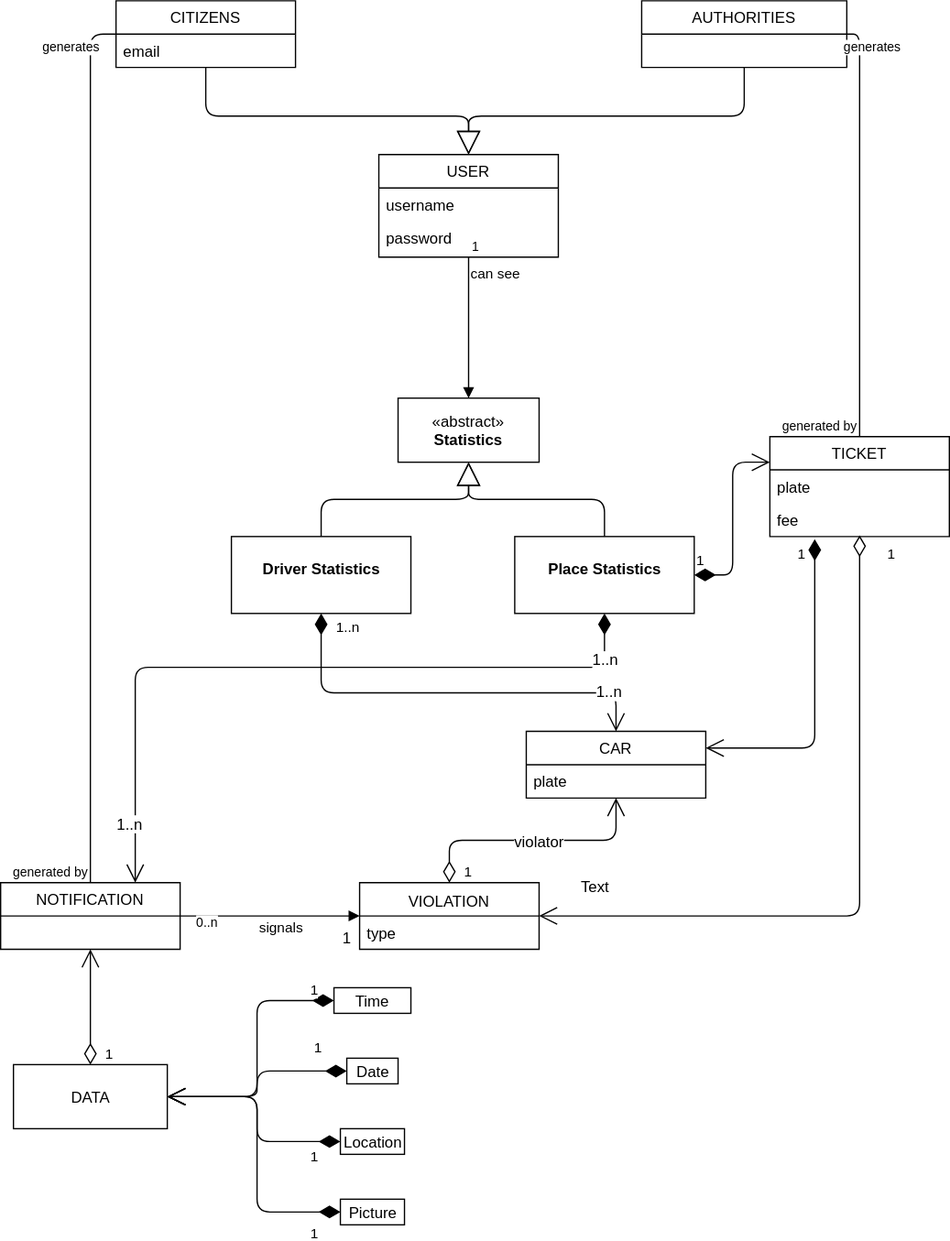
The draw.io diagram UML/Statistics_class_diagram.svg in University-Projects-Secco/RahbariSecco, before a commit. Source tidied: cells renumbered, new cells last; positions are measured from the earlier drawing's top-left corner, leaving out a move shared by most shapes. Source of this version:
```xml
<mxGraphModel background="#ffffff">
  <root>
    <mxCell id="0" />
    <mxCell id="1" parent="0" />
    <mxCell id="2" value="CITIZENS" style="swimlane;fontStyle=0;horizontal=1;startSize=26;fillColor=none;" parent="1" vertex="1">
      <mxGeometry x="90" width="140" height="52" as="geometry" />
    </mxCell>
    <mxCell id="3" value="email" style="text;strokeColor=none;fillColor=none;align=left;verticalAlign=top;spacingLeft=4;spacingRight=4;overflow=hidden;" parent="2" vertex="1">
      <mxGeometry y="26" width="140" height="26" as="geometry" />
    </mxCell>
    <mxCell id="4" value="USER" style="swimlane;fontStyle=0;horizontal=1;startSize=26;fillColor=none;" parent="1" vertex="1">
      <mxGeometry x="295" y="120" width="140" height="80" as="geometry" />
    </mxCell>
    <mxCell id="5" value="username" style="text;strokeColor=none;fillColor=none;align=left;verticalAlign=top;spacingLeft=4;spacingRight=4;overflow=hidden;" parent="4" vertex="1">
      <mxGeometry y="26" width="140" height="26" as="geometry" />
    </mxCell>
    <mxCell id="6" value="password" style="text;strokeColor=none;fillColor=none;align=left;verticalAlign=top;spacingLeft=4;spacingRight=4;overflow=hidden;" parent="4" vertex="1">
      <mxGeometry y="52" width="140" height="28" as="geometry" />
    </mxCell>
    <mxCell id="7" value="AUTHORITIES" style="swimlane;fontStyle=0;horizontal=1;startSize=26;fillColor=none;" parent="1" vertex="1">
      <mxGeometry x="500" width="160" height="52" as="geometry" />
    </mxCell>
    <mxCell id="8" style="endArrow=block;endSize=16;endFill=0;html=1;edgeStyle=elbowEdgeStyle;elbow=vertical;exitX=0.5;exitY=1;exitDx=0;exitDy=0;entryX=0.5;entryY=0;entryDx=0;entryDy=0;" parent="1" edge="1" source="2" target="4">
      <mxGeometry relative="1" as="geometry">
        <Array as="points">
          <mxPoint x="190" y="90" />
          <mxPoint x="220" y="70" />
        </Array>
      </mxGeometry>
    </mxCell>
    <mxCell id="9" style="endArrow=block;endSize=16;endFill=0;html=1;exitX=0.5;exitY=1;exitDx=0;exitDy=0;entryX=0.5;entryY=0;entryDx=0;entryDy=0;edgeStyle=elbowEdgeStyle;elbow=vertical;" parent="1" edge="1" source="7" target="4">
      <mxGeometry relative="1" as="geometry">
        <Array as="points">
          <mxPoint x="420" y="90" />
          <mxPoint x="430" y="70" />
        </Array>
      </mxGeometry>
    </mxCell>
    <mxCell id="10" value="NOTIFICATION" style="swimlane;fontStyle=0;horizontal=1;startSize=26;fillColor=none;" parent="1" vertex="1">
      <mxGeometry y="688" width="140" height="52" as="geometry" />
    </mxCell>
    <mxCell id="11" value="TICKET" style="swimlane;fontStyle=0;horizontal=1;startSize=26;fillColor=none;" parent="1" vertex="1">
      <mxGeometry x="600" y="340" width="140" height="78" as="geometry" />
    </mxCell>
    <mxCell id="12" value="plate" style="text;strokeColor=none;fillColor=none;align=left;verticalAlign=top;spacingLeft=4;spacingRight=4;overflow=hidden;" parent="11" vertex="1">
      <mxGeometry y="26" width="140" height="26" as="geometry" />
    </mxCell>
    <mxCell id="13" value="fee" style="text;strokeColor=none;fillColor=none;align=left;verticalAlign=top;spacingLeft=4;spacingRight=4;overflow=hidden;points=[[0,0.5],[1,0.5]];portConstraint=eastwest;" parent="11" vertex="1">
      <mxGeometry y="52" width="140" height="26" as="geometry" />
    </mxCell>
    <mxCell id="14" value="1" style="endArrow=open;html=1;endSize=12;startArrow=diamondThin;startSize=14;startFill=0;align=left;verticalAlign=bottom;edgeStyle=elbowEdgeStyle;exitX=0.5;exitY=0.962;exitDx=0;exitDy=0;exitPerimeter=0;entryX=1;entryY=0.5;entryDx=0;entryDy=0;" parent="1" edge="1" source="13" target="46">
      <mxGeometry x="-0.92" y="20" relative="1" as="geometry">
        <Array as="points">
          <mxPoint x="670" y="470" />
          <mxPoint x="445" y="430" />
        </Array>
      </mxGeometry>
    </mxCell>
    <mxCell id="15" value="signals" style="endArrow=block;endFill=1;html=1;align=left;verticalAlign=top;entryX=0;entryY=0.5;entryDx=0;entryDy=0;exitX=1;exitY=0.5;exitDx=0;exitDy=0;comic=0;" parent="1" edge="1" source="10" target="46">
      <mxGeometry x="-0.14" y="4" relative="1" as="geometry" />
    </mxCell>
    <mxCell id="16" value="0..n" style="html=1;align=left;verticalAlign=bottom;labelBackgroundColor=#ffffff;fontSize=10;" parent="15" vertex="1">
      <mxGeometry x="-1" relative="1" as="geometry">
        <mxPoint x="10" y="13" as="offset" />
      </mxGeometry>
    </mxCell>
    <mxCell id="17" value="1" style="text;html=1;align=center;verticalAlign=middle;labelBackgroundColor=#ffffff;" parent="15" vertex="1">
      <mxGeometry x="0.76" y="-2" relative="1" as="geometry">
        <mxPoint x="7" y="14" as="offset" />
      </mxGeometry>
    </mxCell>
    <mxCell id="18" style="endArrow=none;html=1;edgeStyle=orthogonalEdgeStyle;exitX=0;exitY=0.5;exitDx=0;exitDy=0;entryX=0.5;entryY=0;entryDx=0;entryDy=0;" parent="1" edge="1" source="2" target="10">
      <mxGeometry relative="1" as="geometry" />
    </mxCell>
    <mxCell id="19" value="generates" style="html=1;align=left;verticalAlign=bottom;labelBackgroundColor=#ffffff;fontSize=10;" parent="18" vertex="1">
      <mxGeometry x="-1" relative="1" as="geometry">
        <mxPoint x="-60" y="18" as="offset" />
      </mxGeometry>
    </mxCell>
    <mxCell id="20" value="generated by" style="html=1;align=right;verticalAlign=bottom;labelBackgroundColor=#ffffff;fontSize=10;" parent="18" vertex="1">
      <mxGeometry x="1" relative="1" as="geometry" />
    </mxCell>
    <mxCell id="21" style="endArrow=none;html=1;edgeStyle=orthogonalEdgeStyle;exitX=1;exitY=0.5;exitDx=0;exitDy=0;entryX=0.5;entryY=0;entryDx=0;entryDy=0;" parent="1" edge="1" source="7" target="11">
      <mxGeometry relative="1" as="geometry" />
    </mxCell>
    <mxCell id="22" value="generates" style="html=1;align=left;verticalAlign=bottom;labelBackgroundColor=#ffffff;fontSize=10;" parent="21" vertex="1">
      <mxGeometry x="-1" relative="1" as="geometry">
        <mxPoint x="-5" y="18" as="offset" />
      </mxGeometry>
    </mxCell>
    <mxCell id="23" value="generated by" style="html=1;align=right;verticalAlign=bottom;labelBackgroundColor=#ffffff;fontSize=10;" parent="21" vertex="1">
      <mxGeometry x="1" relative="1" as="geometry" />
    </mxCell>
    <mxCell id="24" value="Picture" style="html=1;" parent="1" vertex="1">
      <mxGeometry x="265" y="935" width="50" height="20" as="geometry" />
    </mxCell>
    <mxCell id="25" value="Location" style="html=1;" parent="1" vertex="1">
      <mxGeometry x="265" y="880" width="50" height="20" as="geometry" />
    </mxCell>
    <mxCell id="26" value="Date" style="html=1;" parent="1" vertex="1">
      <mxGeometry x="270" y="825" width="40" height="20" as="geometry" />
    </mxCell>
    <mxCell id="27" value="Time" style="html=1;" parent="1" vertex="1">
      <mxGeometry x="260" y="770" width="60" height="20" as="geometry" />
    </mxCell>
    <mxCell id="28" value="&lt;p style=&quot;margin: 0px ; margin-top: 4px ; text-align: center&quot;&gt;&lt;br&gt;DATA&lt;/p&gt;" style="verticalAlign=top;align=left;overflow=fill;fontSize=12;fontFamily=Helvetica;html=1;" parent="1" vertex="1">
      <mxGeometry x="10" y="830" width="120" height="50" as="geometry" />
    </mxCell>
    <mxCell id="29" value="1" style="endArrow=open;html=1;endSize=12;startArrow=diamondThin;startSize=14;startFill=1;edgeStyle=elbowEdgeStyle;align=left;verticalAlign=bottom;exitX=0;exitY=0.5;exitDx=0;exitDy=0;entryX=1;entryY=0.5;entryDx=0;entryDy=0;" parent="1" edge="1" source="24" target="28">
      <mxGeometry x="-0.78" y="25" relative="1" as="geometry">
        <Array as="points">
          <mxPoint x="200" y="910" />
        </Array>
      </mxGeometry>
    </mxCell>
    <mxCell id="30" value="1" style="endArrow=open;html=1;endSize=12;startArrow=diamondThin;startSize=14;startFill=1;edgeStyle=elbowEdgeStyle;align=left;verticalAlign=bottom;exitX=0;exitY=0.5;exitDx=0;exitDy=0;entryX=1;entryY=0.5;entryDx=0;entryDy=0;" parent="1" edge="1" source="25" target="28">
      <mxGeometry x="-0.71" y="20" relative="1" as="geometry">
        <Array as="points">
          <mxPoint x="200" y="870" />
        </Array>
      </mxGeometry>
    </mxCell>
    <mxCell id="31" value="1" style="endArrow=open;html=1;endSize=12;startArrow=diamondThin;startSize=14;startFill=1;edgeStyle=elbowEdgeStyle;align=left;verticalAlign=bottom;exitX=0;exitY=0.5;exitDx=0;exitDy=0;entryX=1;entryY=0.5;entryDx=0;entryDy=0;" parent="1" edge="1" source="26" target="28">
      <mxGeometry x="-0.66" y="-10" relative="1" as="geometry">
        <Array as="points">
          <mxPoint x="200" y="850" />
        </Array>
      </mxGeometry>
    </mxCell>
    <mxCell id="32" value="1" style="endArrow=open;html=1;endSize=12;startArrow=diamondThin;startSize=14;startFill=1;edgeStyle=elbowEdgeStyle;align=left;verticalAlign=bottom;exitX=0;exitY=0.5;exitDx=0;exitDy=0;entryX=1;entryY=0.5;entryDx=0;entryDy=0;" parent="1" edge="1" source="27" target="28">
      <mxGeometry x="-0.8" relative="1" as="geometry">
        <Array as="points">
          <mxPoint x="200" y="820" />
        </Array>
      </mxGeometry>
    </mxCell>
    <mxCell id="33" value="1" style="endArrow=open;html=1;endSize=12;startArrow=diamondThin;startSize=14;startFill=0;edgeStyle=elbowEdgeStyle;align=left;verticalAlign=bottom;entryX=0.5;entryY=1;entryDx=0;entryDy=0;exitX=0.5;exitY=0;exitDx=0;exitDy=0;elbow=vertical;" parent="1" edge="1" source="46" target="48">
      <mxGeometry x="-0.56" y="-33" relative="1" as="geometry" />
    </mxCell>
    <mxCell id="34" value="violator" style="text;html=1;align=center;verticalAlign=middle;labelBackgroundColor=#ffffff;" parent="33" vertex="1">
      <mxGeometry x="-0.69" y="19" relative="1" as="geometry">
        <mxPoint x="89" y="-3" as="offset" />
      </mxGeometry>
    </mxCell>
    <mxCell id="35" value="1" style="endArrow=open;html=1;endSize=12;startArrow=diamondThin;startSize=14;startFill=0;edgeStyle=orthogonalEdgeStyle;align=left;verticalAlign=bottom;exitX=0.5;exitY=0;exitDx=0;exitDy=0;entryX=0.5;entryY=1;entryDx=0;entryDy=0;" parent="1" edge="1" source="28" target="10">
      <mxGeometry x="-1" y="-10" relative="1" as="geometry" />
    </mxCell>
    <mxCell id="36" value="«abstract»&lt;br&gt;&lt;b&gt;Statistics&lt;/b&gt;" style="html=1;" parent="1" vertex="1">
      <mxGeometry x="310" y="310" width="110" height="50" as="geometry" />
    </mxCell>
    <mxCell id="37" value="&lt;p style=&quot;margin: 0px ; margin-top: 4px ; text-align: center&quot;&gt;&lt;br&gt;&lt;b&gt;Place Statistics&lt;/b&gt;&lt;/p&gt;" style="verticalAlign=top;align=left;overflow=fill;fontSize=12;fontFamily=Helvetica;html=1;" parent="1" vertex="1">
      <mxGeometry x="401" y="418" width="140" height="60" as="geometry" />
    </mxCell>
    <mxCell id="38" value="&lt;p style=&quot;margin: 0px ; margin-top: 4px ; text-align: center&quot;&gt;&lt;br&gt;&lt;b&gt;Driver Statistics&lt;/b&gt;&lt;/p&gt;" style="verticalAlign=top;align=left;overflow=fill;fontSize=12;fontFamily=Helvetica;html=1;" parent="1" vertex="1">
      <mxGeometry x="180" y="418" width="140" height="60" as="geometry" />
    </mxCell>
    <mxCell id="39" style="endArrow=block;endSize=16;endFill=0;html=1;shadow=0;entryX=0.5;entryY=1;entryDx=0;entryDy=0;exitX=0.5;exitY=0;exitDx=0;exitDy=0;edgeStyle=elbowEdgeStyle;elbow=vertical;" parent="1" edge="1" source="37" target="36">
      <mxGeometry x="-0.58" y="-60" relative="1" as="geometry">
        <mxPoint x="40" y="-105" as="offset" />
      </mxGeometry>
    </mxCell>
    <mxCell id="40" style="endArrow=block;endSize=16;endFill=0;html=1;shadow=0;exitX=0.5;exitY=0;exitDx=0;exitDy=0;entryX=0.5;entryY=1;entryDx=0;entryDy=0;edgeStyle=elbowEdgeStyle;elbow=vertical;" parent="1" edge="1" source="38" target="36">
      <mxGeometry relative="1" as="geometry" />
    </mxCell>
    <mxCell id="41" style="endArrow=open;html=1;endSize=12;startArrow=diamondThin;startSize=14;startFill=1;align=left;verticalAlign=bottom;shadow=0;exitX=0.5;exitY=1;exitDx=0;exitDy=0;edgeStyle=elbowEdgeStyle;elbow=vertical;entryX=0.75;entryY=0;entryDx=0;entryDy=0;" parent="1" edge="1" source="37" target="10">
      <mxGeometry x="0.05" y="-39" relative="1" as="geometry">
        <Array as="points">
          <mxPoint x="420" y="520" />
          <mxPoint x="25" y="494" />
        </Array>
      </mxGeometry>
    </mxCell>
    <mxCell id="42" value="1..n" style="text;html=1;align=center;verticalAlign=middle;labelBackgroundColor=#ffffff;" parent="41" vertex="1">
      <mxGeometry x="-0.88" y="-1" relative="1" as="geometry">
        <mxPoint x="1" y="1" as="offset" />
      </mxGeometry>
    </mxCell>
    <mxCell id="43" value="1..n" style="text;html=1;align=center;verticalAlign=middle;labelBackgroundColor=#ffffff;" parent="41" vertex="1">
      <mxGeometry x="0.87" y="1" relative="1" as="geometry">
        <mxPoint x="-6" y="-10" as="offset" />
      </mxGeometry>
    </mxCell>
    <mxCell id="44" value="1..n" style="endArrow=open;html=1;endSize=12;startArrow=diamondThin;startSize=14;startFill=1;align=left;verticalAlign=bottom;shadow=0;exitX=0.5;exitY=1;exitDx=0;exitDy=0;entryX=0.5;entryY=0;entryDx=0;entryDy=0;edgeStyle=elbowEdgeStyle;elbow=vertical;" parent="1" edge="1" source="38" target="48">
      <mxGeometry x="-0.88" y="10" relative="1" as="geometry">
        <Array as="points">
          <mxPoint x="270" y="540" />
        </Array>
      </mxGeometry>
    </mxCell>
    <mxCell id="45" value="1..n" style="text;html=1;align=center;verticalAlign=middle;labelBackgroundColor=#ffffff;" parent="44" vertex="1">
      <mxGeometry x="0.67" y="2" relative="1" as="geometry">
        <mxPoint x="18" as="offset" />
      </mxGeometry>
    </mxCell>
    <mxCell id="46" value="VIOLATION&#10;" style="swimlane;fontStyle=0;horizontal=1;startSize=26;fillColor=none;verticalAlign=top;" parent="1" vertex="1">
      <mxGeometry x="280" y="688" width="140" height="52" as="geometry" />
    </mxCell>
    <mxCell id="47" value="type" style="text;strokeColor=none;fillColor=none;align=left;verticalAlign=top;spacingLeft=4;spacingRight=4;overflow=hidden;" parent="46" vertex="1">
      <mxGeometry y="26" width="140" height="26" as="geometry" />
    </mxCell>
    <mxCell id="48" value="CAR" style="swimlane;fontStyle=0;horizontal=1;startSize=26;fillColor=none;" parent="1" vertex="1">
      <mxGeometry x="410" y="570" width="140" height="52" as="geometry" />
    </mxCell>
    <mxCell id="49" value="plate" style="text;strokeColor=none;fillColor=none;align=left;verticalAlign=top;spacingLeft=4;spacingRight=4;overflow=hidden;" parent="48" vertex="1">
      <mxGeometry y="26" width="140" height="26" as="geometry" />
    </mxCell>
    <mxCell id="50" value="1" style="endArrow=open;html=1;endSize=12;startArrow=diamondThin;startSize=14;startFill=1;align=left;verticalAlign=bottom;shadow=0;exitX=0.25;exitY=1.077;exitDx=0;exitDy=0;entryX=1;entryY=0.25;entryDx=0;entryDy=0;exitPerimeter=0;edgeStyle=elbowEdgeStyle;" parent="1" edge="1" source="13" target="48">
      <mxGeometry x="0.44" y="-143" relative="1" as="geometry">
        <Array as="points">
          <mxPoint x="635" y="500" />
        </Array>
      </mxGeometry>
    </mxCell>
    <mxCell id="51" value="can see" style="endArrow=block;endFill=1;html=1;edgeStyle=orthogonalEdgeStyle;align=left;verticalAlign=top;shadow=0;entryX=0.5;entryY=0;entryDx=0;entryDy=0;exitX=0.5;exitY=1;exitDx=0;exitDy=0;" parent="1" edge="1" source="4" target="36">
      <mxGeometry x="-1" relative="1" as="geometry" />
    </mxCell>
    <mxCell id="52" value="1" style="html=1;align=left;verticalAlign=bottom;labelBackgroundColor=#ffffff;fontSize=10;" parent="51" vertex="1">
      <mxGeometry x="-1" relative="1" as="geometry" />
    </mxCell>
    <mxCell id="53" value="1" style="endArrow=open;html=1;endSize=12;startArrow=diamondThin;startSize=14;startFill=1;edgeStyle=orthogonalEdgeStyle;align=left;verticalAlign=bottom;shadow=0;exitX=1;exitY=0.5;exitDx=0;exitDy=0;entryX=0;entryY=0.25;entryDx=0;entryDy=0;" parent="1" edge="1" source="37" target="11">
      <mxGeometry x="-1" y="3" relative="1" as="geometry" />
    </mxCell>
    <mxCell id="54" value="Text" style="text;html=1;align=left;verticalAlign=top;spacingTop=-4;" parent="1" vertex="1">
      <mxGeometry x="451" y="682" width="40" height="20" as="geometry" />
    </mxCell>
  </root>
</mxGraphModel>
```
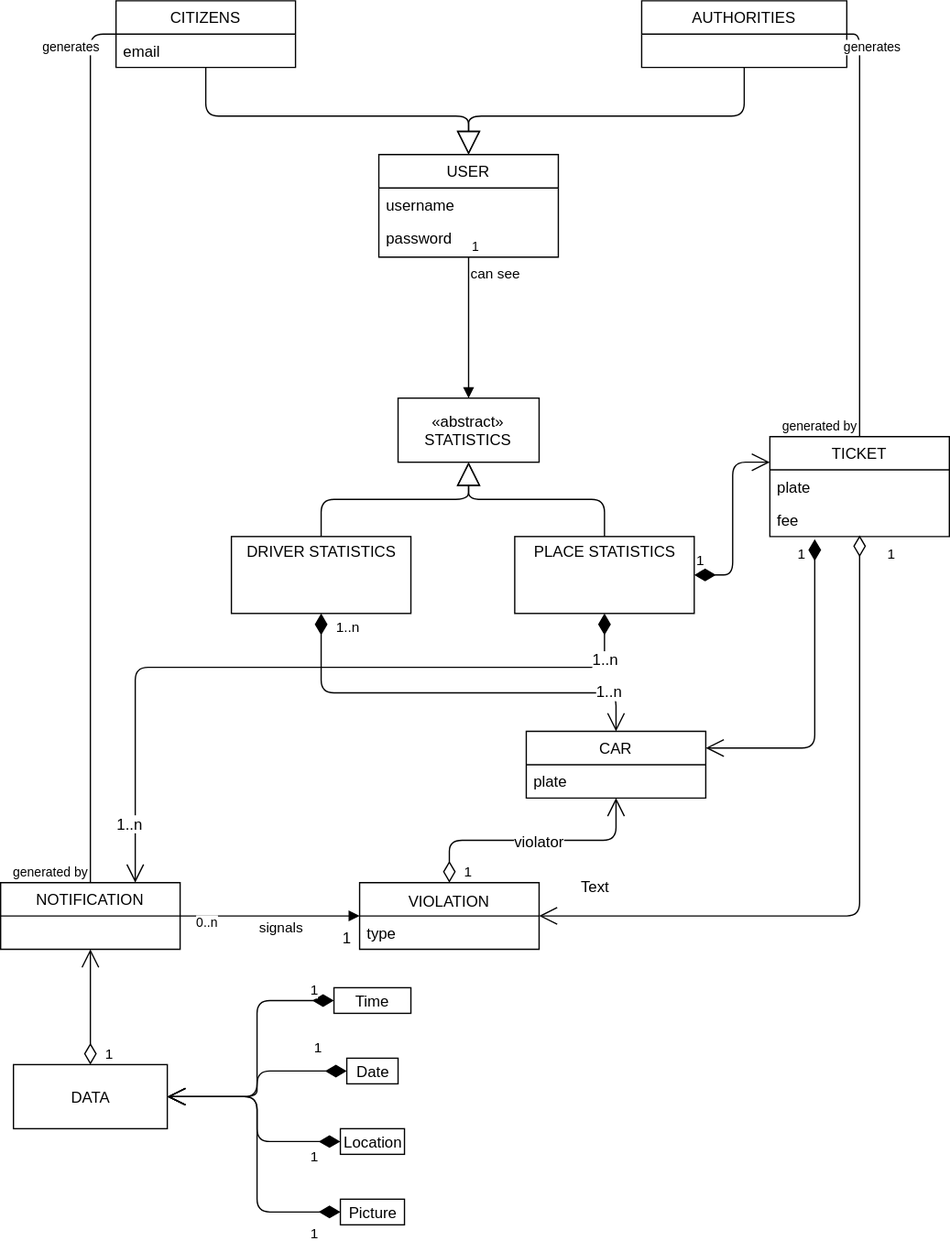
Later version of the same file.

Change to the diagram source:
```diff
@@ -145,13 +145,13 @@
     <mxCell id="35" value="1" style="endArrow=open;html=1;endSize=12;startArrow=diamondThin;startSize=14;startFill=0;edgeStyle=orthogonalEdgeStyle;align=left;verticalAlign=bottom;exitX=0.5;exitY=0;exitDx=0;exitDy=0;entryX=0.5;entryY=1;entryDx=0;entryDy=0;" parent="1" edge="1" source="28" target="10">
       <mxGeometry x="-1" y="-10" relative="1" as="geometry" />
     </mxCell>
-    <mxCell id="36" value="«abstract»&lt;br&gt;&lt;b&gt;Statistics&lt;/b&gt;" style="html=1;" parent="1" vertex="1">
+    <mxCell id="36" value="«abstract»&lt;br&gt;STATISTICS" style="html=1;" parent="1" vertex="1">
       <mxGeometry x="310" y="310" width="110" height="50" as="geometry" />
     </mxCell>
-    <mxCell id="37" value="&lt;p style=&quot;margin: 0px ; margin-top: 4px ; text-align: center&quot;&gt;&lt;br&gt;&lt;b&gt;Place Statistics&lt;/b&gt;&lt;/p&gt;" style="verticalAlign=top;align=left;overflow=fill;fontSize=12;fontFamily=Helvetica;html=1;" parent="1" vertex="1">
+    <mxCell id="37" value="&lt;p style=&quot;margin: 4px 0px 0px&quot;&gt;PLACE STATISTICS&lt;/p&gt;" style="verticalAlign=bottom;align=center;overflow=fill;fontSize=12;fontFamily=Helvetica;html=1;spacing=0;" parent="1" vertex="1">
       <mxGeometry x="401" y="418" width="140" height="60" as="geometry" />
     </mxCell>
-    <mxCell id="38" value="&lt;p style=&quot;margin: 0px ; margin-top: 4px ; text-align: center&quot;&gt;&lt;br&gt;&lt;b&gt;Driver Statistics&lt;/b&gt;&lt;/p&gt;" style="verticalAlign=top;align=left;overflow=fill;fontSize=12;fontFamily=Helvetica;html=1;" parent="1" vertex="1">
+    <mxCell id="38" value="&lt;p style=&quot;margin: 4px 0px 0px&quot;&gt;DRIVER STATISTICS&lt;/p&gt;" style="verticalAlign=middle;align=center;overflow=fill;fontSize=12;fontFamily=Helvetica;html=1;" parent="1" vertex="1">
       <mxGeometry x="180" y="418" width="140" height="60" as="geometry" />
     </mxCell>
     <mxCell id="39" style="endArrow=block;endSize=16;endFill=0;html=1;shadow=0;entryX=0.5;entryY=1;entryDx=0;entryDy=0;exitX=0.5;exitY=0;exitDx=0;exitDy=0;edgeStyle=elbowEdgeStyle;elbow=vertical;" parent="1" edge="1" source="37" target="36">
```
